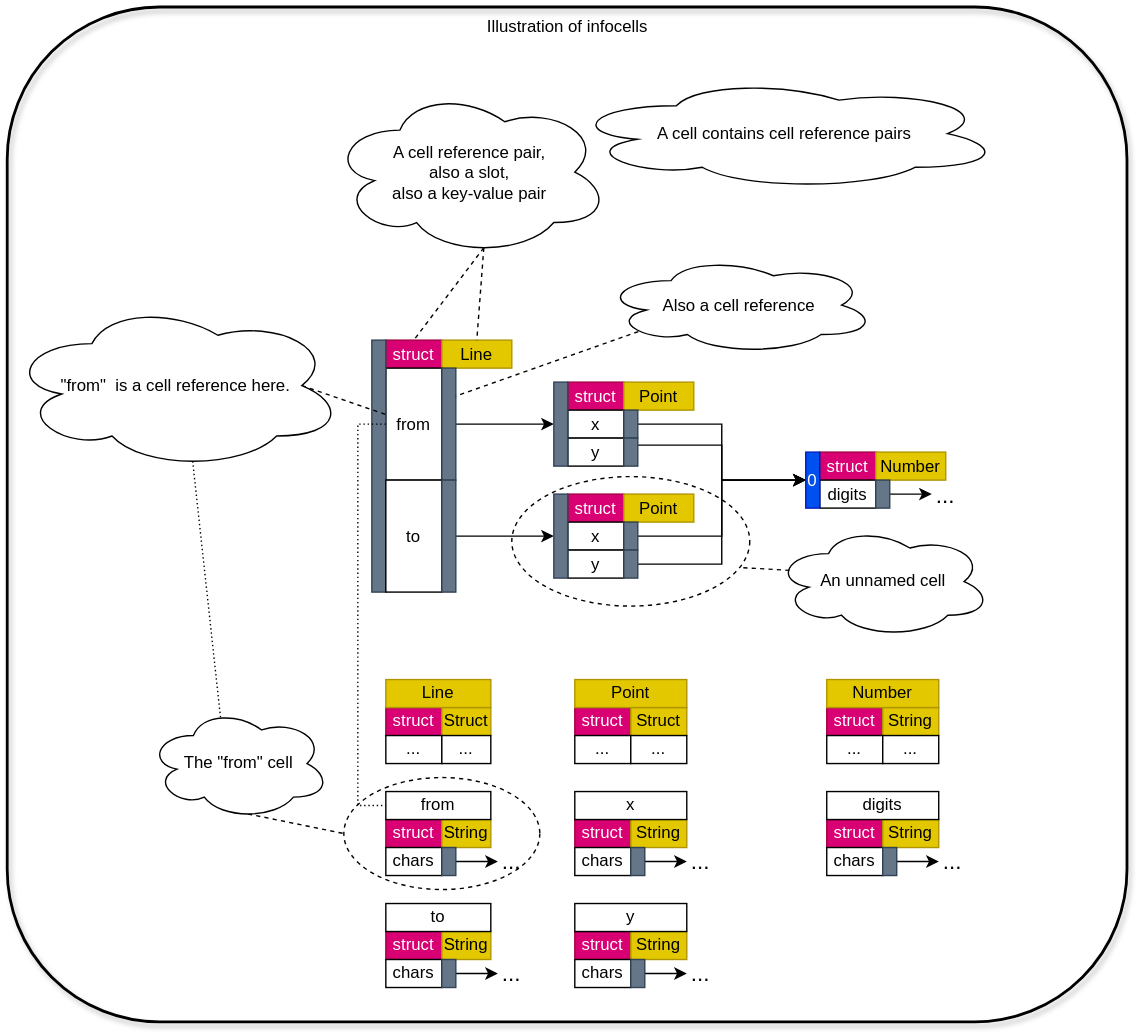
Before: doc/diagrams/SampleCell.svg, a diagram exported from draw.io (hun-nemethpeter/InfoCell). Source tidied: cells renumbered, new cells last; positions are measured from the earlier drawing's top-left corner, leaving out a move shared by most shapes.
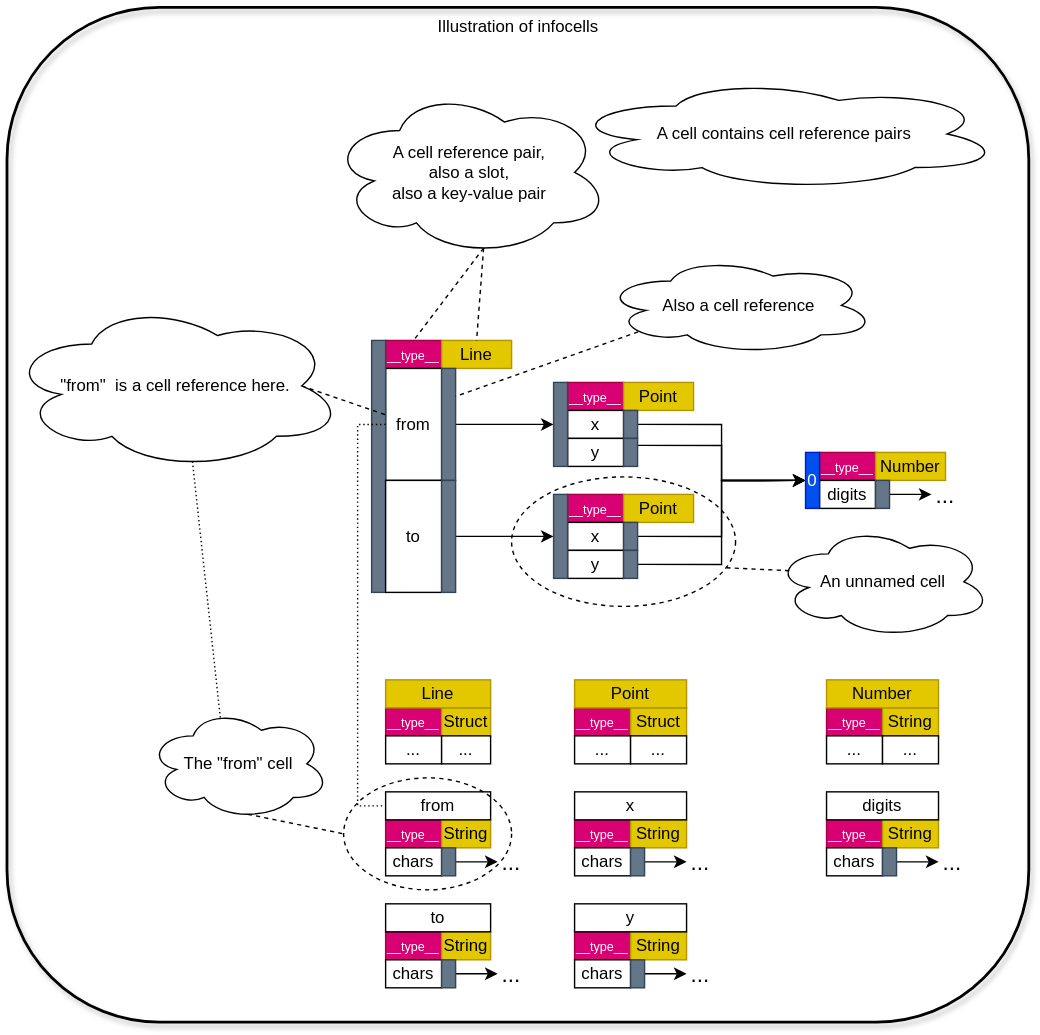
After the commit.

Change to the diagram source:
```diff
@@ -2,7 +2,7 @@
   <root>
     <mxCell id="0" />
     <mxCell id="1" parent="0" />
-    <mxCell id="2" value="struct" style="rounded=0;whiteSpace=wrap;html=1;fillColor=#d80073;strokeColor=#A50040;fontColor=#ffffff;" parent="1" vertex="1">
+    <mxCell id="2" value="&lt;span style=&quot;font-size: 9px;&quot;&gt;__type__&lt;/span&gt;" style="rounded=0;whiteSpace=wrap;html=1;fillColor=#d80073;strokeColor=#A50040;fontColor=#ffffff;" parent="1" vertex="1">
       <mxGeometry x="270" y="237.5" width="40" height="20" as="geometry" />
     </mxCell>
     <mxCell id="3" value="Line" style="rounded=0;whiteSpace=wrap;html=1;fillColor=#e3c800;strokeColor=#B09500;fontColor=#000000;" parent="1" vertex="1">
@@ -21,9 +21,9 @@
       <mxGeometry x="260" y="237.5" width="10" height="180" as="geometry" />
     </mxCell>
     <mxCell id="8" value="Illustration of infocells" style="rounded=1;whiteSpace=wrap;html=1;verticalAlign=top;fillColor=none;strokeWidth=2;shadow=1;" parent="1" vertex="1">
-      <mxGeometry width="800" height="725" as="geometry" />
+      <mxGeometry width="730" height="725" as="geometry" />
     </mxCell>
-    <mxCell id="9" value="struct" style="rounded=0;whiteSpace=wrap;html=1;fillColor=#d80073;strokeColor=#A50040;fontColor=#ffffff;" parent="1" vertex="1">
+    <mxCell id="9" value="&lt;span style=&quot;font-size: 9px;&quot;&gt;__type__&lt;/span&gt;" style="rounded=0;whiteSpace=wrap;html=1;fillColor=#d80073;strokeColor=#A50040;fontColor=#ffffff;" parent="1" vertex="1">
       <mxGeometry x="400" y="267.5" width="40" height="20" as="geometry" />
     </mxCell>
     <mxCell id="10" value="Point" style="rounded=0;whiteSpace=wrap;html=1;fillColor=#e3c800;strokeColor=#B09500;fontColor=#000000;" parent="1" vertex="1">
@@ -59,7 +59,7 @@
     <mxCell id="20" style="rounded=0;whiteSpace=wrap;html=1;fillColor=#647687;fontColor=#ffffff;strokeColor=#314354;" parent="1" vertex="1">
       <mxGeometry x="310" y="337.5" width="10" height="80" as="geometry" />
     </mxCell>
-    <mxCell id="21" value="struct" style="rounded=0;whiteSpace=wrap;html=1;fillColor=#d80073;strokeColor=#A50040;fontColor=#ffffff;" parent="1" vertex="1">
+    <mxCell id="21" value="&lt;span style=&quot;font-size: 9px;&quot;&gt;__type__&lt;/span&gt;" style="rounded=0;whiteSpace=wrap;html=1;fillColor=#d80073;strokeColor=#A50040;fontColor=#ffffff;" parent="1" vertex="1">
       <mxGeometry x="400" y="347.5" width="40" height="20" as="geometry" />
     </mxCell>
     <mxCell id="22" value="Point" style="rounded=0;whiteSpace=wrap;html=1;fillColor=#e3c800;strokeColor=#B09500;fontColor=#000000;" parent="1" vertex="1">
@@ -86,7 +86,7 @@
     <mxCell id="29" style="rounded=0;whiteSpace=wrap;html=1;fontFamily=Helvetica;fontSize=11;fontColor=#ffffff;fillColor=#647687;strokeColor=#314354;" parent="1" vertex="1">
       <mxGeometry x="390" y="347.5" width="10" height="60" as="geometry" />
     </mxCell>
-    <mxCell id="30" value="struct" style="rounded=0;whiteSpace=wrap;html=1;fillColor=#d80073;strokeColor=#A50040;fontColor=#ffffff;" parent="1" vertex="1">
+    <mxCell id="30" value="&lt;span style=&quot;font-size: 9px;&quot;&gt;__type__&lt;/span&gt;" style="rounded=0;whiteSpace=wrap;html=1;fillColor=#d80073;strokeColor=#A50040;fontColor=#ffffff;" parent="1" vertex="1">
       <mxGeometry x="580" y="317.5" width="40" height="20" as="geometry" />
     </mxCell>
     <mxCell id="31" value="Number" style="rounded=0;whiteSpace=wrap;html=1;fillColor=#e3c800;strokeColor=#B09500;fontColor=#000000;" parent="1" vertex="1">
@@ -103,7 +103,7 @@
     <mxCell id="34" style="rounded=0;whiteSpace=wrap;html=1;fillColor=#647687;fontColor=#ffffff;strokeColor=#314354;" parent="1" vertex="1">
       <mxGeometry x="620" y="337.5" width="10" height="20" as="geometry" />
     </mxCell>
-    <mxCell id="35" value="struct" style="rounded=0;whiteSpace=wrap;html=1;fillColor=#d80073;strokeColor=#A50040;fontColor=#ffffff;" parent="1" vertex="1">
+    <mxCell id="35" value="&lt;span style=&quot;font-size: 9px;&quot;&gt;__type__&lt;/span&gt;" style="rounded=0;whiteSpace=wrap;html=1;fillColor=#d80073;strokeColor=#A50040;fontColor=#ffffff;" parent="1" vertex="1">
       <mxGeometry x="270" y="580" width="40" height="20" as="geometry" />
     </mxCell>
     <mxCell id="36" value="String" style="rounded=0;whiteSpace=wrap;html=1;fillColor=#e3c800;strokeColor=#B09500;fontColor=#000000;" parent="1" vertex="1">
@@ -127,7 +127,7 @@
     <mxCell id="42" value="..." style="rounded=0;whiteSpace=wrap;html=1;fillColor=none;strokeColor=none;fontSize=16;" parent="1" vertex="1">
       <mxGeometry x="350" y="600" width="20" height="20" as="geometry" />
     </mxCell>
-    <mxCell id="43" value="struct" style="rounded=0;whiteSpace=wrap;html=1;fillColor=#d80073;strokeColor=#A50040;fontColor=#ffffff;" parent="1" vertex="1">
+    <mxCell id="43" value="&lt;span style=&quot;font-size: 9px;&quot;&gt;__type__&lt;/span&gt;" style="rounded=0;whiteSpace=wrap;html=1;fillColor=#d80073;strokeColor=#A50040;fontColor=#ffffff;" parent="1" vertex="1">
       <mxGeometry x="270" y="660" width="40" height="20" as="geometry" />
     </mxCell>
     <mxCell id="44" value="String" style="rounded=0;whiteSpace=wrap;html=1;fillColor=#e3c800;strokeColor=#B09500;fontColor=#000000;" parent="1" vertex="1">
@@ -148,7 +148,7 @@
     <mxCell id="49" value="..." style="rounded=0;whiteSpace=wrap;html=1;fillColor=none;strokeColor=none;fontSize=16;" parent="1" vertex="1">
       <mxGeometry x="350" y="680" width="20" height="20" as="geometry" />
     </mxCell>
-    <mxCell id="50" value="struct" style="rounded=0;whiteSpace=wrap;html=1;fillColor=#d80073;strokeColor=#A50040;fontColor=#ffffff;" parent="1" vertex="1">
+    <mxCell id="50" value="&lt;span style=&quot;font-size: 9px;&quot;&gt;__type__&lt;/span&gt;" style="rounded=0;whiteSpace=wrap;html=1;fillColor=#d80073;strokeColor=#A50040;fontColor=#ffffff;" parent="1" vertex="1">
       <mxGeometry x="405" y="580" width="40" height="20" as="geometry" />
     </mxCell>
     <mxCell id="51" value="String" style="rounded=0;whiteSpace=wrap;html=1;fillColor=#e3c800;strokeColor=#B09500;fontColor=#000000;" parent="1" vertex="1">
@@ -169,7 +169,7 @@
     <mxCell id="56" value="..." style="rounded=0;whiteSpace=wrap;html=1;fillColor=none;strokeColor=none;fontSize=16;" parent="1" vertex="1">
       <mxGeometry x="485" y="600" width="20" height="20" as="geometry" />
     </mxCell>
-    <mxCell id="57" value="struct" style="rounded=0;whiteSpace=wrap;html=1;fillColor=#d80073;strokeColor=#A50040;fontColor=#ffffff;" parent="1" vertex="1">
+    <mxCell id="57" value="&lt;span style=&quot;font-size: 9px;&quot;&gt;__type__&lt;/span&gt;" style="rounded=0;whiteSpace=wrap;html=1;fillColor=#d80073;strokeColor=#A50040;fontColor=#ffffff;" parent="1" vertex="1">
       <mxGeometry x="405" y="660" width="40" height="20" as="geometry" />
     </mxCell>
     <mxCell id="58" value="String" style="rounded=0;whiteSpace=wrap;html=1;fillColor=#e3c800;strokeColor=#B09500;fontColor=#000000;" parent="1" vertex="1">
@@ -190,7 +190,7 @@
     <mxCell id="63" value="..." style="rounded=0;whiteSpace=wrap;html=1;fillColor=none;strokeColor=none;fontSize=16;" parent="1" vertex="1">
       <mxGeometry x="485" y="680" width="20" height="20" as="geometry" />
     </mxCell>
-    <mxCell id="64" value="struct" style="rounded=0;whiteSpace=wrap;html=1;fillColor=#d80073;strokeColor=#A50040;fontColor=#ffffff;" parent="1" vertex="1">
+    <mxCell id="64" value="&lt;span style=&quot;font-size: 9px;&quot;&gt;__type__&lt;/span&gt;" style="rounded=0;whiteSpace=wrap;html=1;fillColor=#d80073;strokeColor=#A50040;fontColor=#ffffff;" parent="1" vertex="1">
       <mxGeometry x="585" y="580" width="40" height="20" as="geometry" />
     </mxCell>
     <mxCell id="65" value="String" style="rounded=0;whiteSpace=wrap;html=1;fillColor=#e3c800;strokeColor=#B09500;fontColor=#000000;" parent="1" vertex="1">
@@ -247,7 +247,7 @@
     <mxCell id="82" value="A cell reference pair,&lt;br&gt;also a slot,&lt;div&gt;also a key-value pair&lt;/div&gt;" style="ellipse;shape=cloud;whiteSpace=wrap;html=1;" parent="1" vertex="1">
       <mxGeometry x="230" y="57.5" width="200" height="120" as="geometry" />
     </mxCell>
-    <mxCell id="83" value="struct" style="rounded=0;whiteSpace=wrap;html=1;fillColor=#d80073;strokeColor=#A50040;fontColor=#ffffff;" parent="1" vertex="1">
+    <mxCell id="83" value="&lt;span style=&quot;font-size: 9px;&quot;&gt;__type__&lt;/span&gt;" style="rounded=0;whiteSpace=wrap;html=1;fillColor=#d80073;strokeColor=#A50040;fontColor=#ffffff;" parent="1" vertex="1">
       <mxGeometry x="270" y="500" width="40" height="20" as="geometry" />
     </mxCell>
     <mxCell id="84" value="Struct" style="rounded=0;whiteSpace=wrap;html=1;fillColor=#e3c800;strokeColor=#B09500;fontColor=#000000;" parent="1" vertex="1">
@@ -256,7 +256,7 @@
     <mxCell id="85" value="Line" style="rounded=0;whiteSpace=wrap;html=1;fillColor=#e3c800;fontColor=#000000;strokeColor=#B09500;" parent="1" vertex="1">
       <mxGeometry x="270" y="480" width="75" height="20" as="geometry" />
     </mxCell>
-    <mxCell id="86" value="struct" style="rounded=0;whiteSpace=wrap;html=1;fillColor=#d80073;strokeColor=#A50040;fontColor=#ffffff;" parent="1" vertex="1">
+    <mxCell id="86" value="&lt;span style=&quot;font-size: 9px;&quot;&gt;__type__&lt;/span&gt;" style="rounded=0;whiteSpace=wrap;html=1;fillColor=#d80073;strokeColor=#A50040;fontColor=#ffffff;" parent="1" vertex="1">
       <mxGeometry x="405" y="500" width="40" height="20" as="geometry" />
     </mxCell>
     <mxCell id="87" value="Struct" style="rounded=0;whiteSpace=wrap;html=1;fillColor=#e3c800;strokeColor=#B09500;fontColor=#000000;" parent="1" vertex="1">
@@ -265,7 +265,7 @@
     <mxCell id="88" value="Point" style="rounded=0;whiteSpace=wrap;html=1;fillColor=#e3c800;fontColor=#000000;strokeColor=#B09500;" parent="1" vertex="1">
       <mxGeometry x="405" y="480" width="80" height="20" as="geometry" />
     </mxCell>
-    <mxCell id="89" value="struct" style="rounded=0;whiteSpace=wrap;html=1;fillColor=#d80073;strokeColor=#A50040;fontColor=#ffffff;" parent="1" vertex="1">
+    <mxCell id="89" value="&lt;span style=&quot;font-size: 9px;&quot;&gt;__type__&lt;/span&gt;" style="rounded=0;whiteSpace=wrap;html=1;fillColor=#d80073;strokeColor=#A50040;fontColor=#ffffff;" parent="1" vertex="1">
       <mxGeometry x="585" y="500" width="40" height="20" as="geometry" />
     </mxCell>
     <mxCell id="90" value="String" style="rounded=0;whiteSpace=wrap;html=1;fillColor=#e3c800;strokeColor=#B09500;fontColor=#000000;" parent="1" vertex="1">
@@ -293,7 +293,7 @@
       <mxGeometry x="625" y="520" width="40" height="20" as="geometry" />
     </mxCell>
     <mxCell id="98" style="ellipse;whiteSpace=wrap;html=1;fillColor=none;dashed=1;" parent="1" vertex="1">
-      <mxGeometry x="360" y="335" width="170" height="92.5" as="geometry" />
+      <mxGeometry x="360" y="335" width="160" height="92.5" as="geometry" />
     </mxCell>
     <mxCell id="99" style="rounded=0;jettySize=auto;html=1;exitX=0.55;exitY=0.95;exitDx=0;exitDy=0;exitPerimeter=0;entryX=0.4;entryY=0.1;entryDx=0;entryDy=0;entryPerimeter=0;dashed=1;dashPattern=1 2;endArrow=none;endFill=0;" parent="1" edge="1" source="75" target="79">
       <mxGeometry relative="1" as="geometry" />
@@ -305,7 +305,7 @@
       <mxGeometry relative="1" as="geometry" />
     </mxCell>
     <mxCell id="102" style="ellipse;whiteSpace=wrap;html=1;fillColor=none;dashed=1;" parent="1" vertex="1">
-      <mxGeometry x="240" y="550" width="140" height="80" as="geometry" />
+      <mxGeometry x="240" y="550" width="120" height="80" as="geometry" />
     </mxCell>
   </root>
 </mxGraphModel>
```
